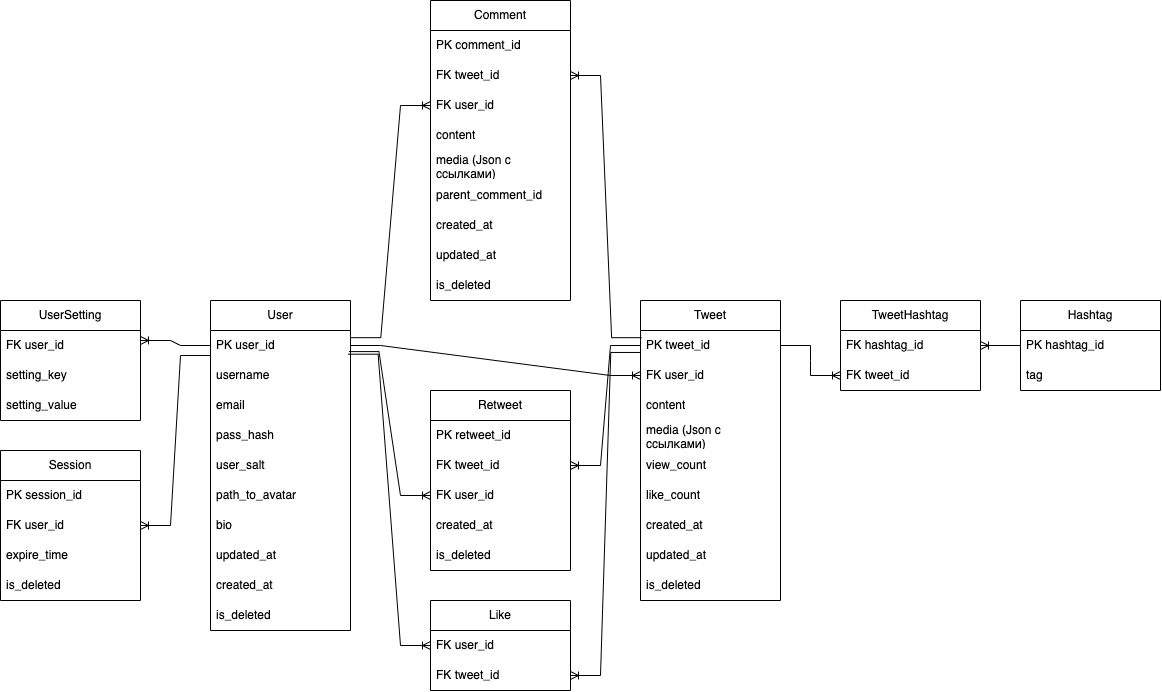
Earlier version of the draw.io export БД.drawio.png (Maxorella/park-mail-ru-highload-Shagaev). Source tidied: cells renumbered, new cells last; positions are measured from the earlier drawing's top-left corner, leaving out a move shared by most shapes.
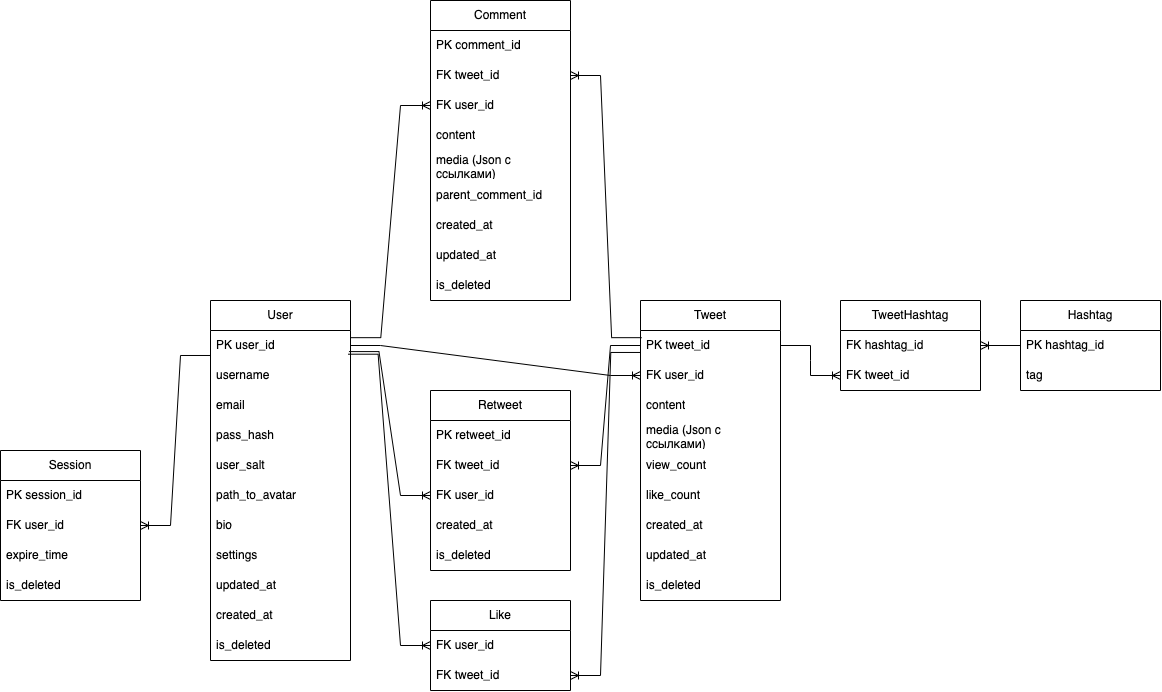
Above is the later version.

What changed in the source:
```diff
@@ -3,7 +3,7 @@
     <mxCell id="0" />
     <mxCell id="1" parent="0" />
     <mxCell id="2" value="User" style="swimlane;fontStyle=0;horizontal=1;startSize=30;whiteSpace=wrap;html=1;" parent="1" vertex="1">
-      <mxGeometry x="210" y="300" width="140" height="330" as="geometry" />
+      <mxGeometry x="210" y="300" width="140" height="360" as="geometry" />
     </mxCell>
     <mxCell id="3" value="PK user_id" style="text;strokeColor=none;fillColor=none;align=left;verticalAlign=middle;spacingLeft=4;spacingRight=4;overflow=hidden;points=[[0,0.5],[1,0.5]];portConstraint=eastwest;whiteSpace=wrap;html=1;" parent="2" vertex="1">
       <mxGeometry y="30" width="140" height="30" as="geometry" />
@@ -26,14 +26,17 @@
     <mxCell id="9" value="bio" style="text;strokeColor=none;fillColor=none;align=left;verticalAlign=middle;spacingLeft=4;spacingRight=4;overflow=hidden;whiteSpace=wrap;html=1;" parent="2" vertex="1">
       <mxGeometry y="210" width="140" height="30" as="geometry" />
     </mxCell>
+    <mxCell id="44" value="settings" style="text;strokeColor=none;fillColor=none;align=left;verticalAlign=middle;spacingLeft=4;spacingRight=4;overflow=hidden;whiteSpace=wrap;html=1;" parent="2" vertex="1">
+      <mxGeometry y="240" width="140" height="30" as="geometry" />
+    </mxCell>
     <mxCell id="10" value="updated_at" style="text;strokeColor=none;fillColor=none;align=left;verticalAlign=middle;spacingLeft=4;spacingRight=4;overflow=hidden;whiteSpace=wrap;html=1;" parent="2" vertex="1">
-      <mxGeometry y="240" width="140" height="30" as="geometry" />
+      <mxGeometry y="270" width="140" height="30" as="geometry" />
     </mxCell>
     <mxCell id="11" value="created_at" style="text;strokeColor=none;fillColor=none;align=left;verticalAlign=middle;spacingLeft=4;spacingRight=4;overflow=hidden;whiteSpace=wrap;html=1;" parent="2" vertex="1">
-      <mxGeometry y="270" width="140" height="30" as="geometry" />
+      <mxGeometry y="300" width="140" height="30" as="geometry" />
     </mxCell>
     <mxCell id="12" value="is_deleted" style="text;strokeColor=none;fillColor=none;align=left;verticalAlign=middle;spacingLeft=4;spacingRight=4;overflow=hidden;whiteSpace=wrap;html=1;" parent="2" vertex="1">
-      <mxGeometry y="300" width="140" height="30" as="geometry" />
+      <mxGeometry y="330" width="140" height="30" as="geometry" />
     </mxCell>
     <mxCell id="13" value="Tweet" style="swimlane;fontStyle=0;horizontal=1;startSize=30;whiteSpace=wrap;html=1;" parent="1" vertex="1">
       <mxGeometry x="640" y="300" width="140" height="300" as="geometry" />
@@ -122,18 +125,6 @@
     <mxCell id="41" value="FK tweet_id" style="text;strokeColor=none;fillColor=none;align=left;verticalAlign=middle;spacingLeft=4;spacingRight=4;overflow=hidden;points=[[0,0.5],[1,0.5]];portConstraint=eastwest;whiteSpace=wrap;html=1;" parent="39" vertex="1">
       <mxGeometry y="60" width="140" height="30" as="geometry" />
     </mxCell>
-    <mxCell id="42" value="UserSetting" style="swimlane;fontStyle=0;horizontal=1;startSize=30;whiteSpace=wrap;html=1;" parent="1" vertex="1">
-      <mxGeometry y="300" width="140" height="120" as="geometry" />
-    </mxCell>
-    <mxCell id="43" value="FK user_id" style="text;strokeColor=none;fillColor=none;align=left;verticalAlign=middle;spacingLeft=4;spacingRight=4;overflow=hidden;points=[[0,0.5],[1,0.5]];portConstraint=eastwest;whiteSpace=wrap;html=1;" parent="42" vertex="1">
-      <mxGeometry y="30" width="140" height="30" as="geometry" />
-    </mxCell>
-    <mxCell id="44" value="setting_key" style="text;strokeColor=none;fillColor=none;align=left;verticalAlign=middle;spacingLeft=4;spacingRight=4;overflow=hidden;whiteSpace=wrap;html=1;" parent="42" vertex="1">
-      <mxGeometry y="60" width="140" height="30" as="geometry" />
-    </mxCell>
-    <mxCell id="45" value="setting_value" style="text;strokeColor=none;fillColor=none;align=left;verticalAlign=middle;spacingLeft=4;spacingRight=4;overflow=hidden;whiteSpace=wrap;html=1;" parent="42" vertex="1">
-      <mxGeometry y="90" width="140" height="30" as="geometry" />
-    </mxCell>
     <mxCell id="46" value="Hashtag" style="swimlane;fontStyle=0;horizontal=1;startSize=30;whiteSpace=wrap;html=1;" parent="1" vertex="1">
       <mxGeometry x="1020" y="300" width="140" height="90" as="geometry" />
     </mxCell>
@@ -203,18 +194,6 @@
         </Array>
       </mxGeometry>
     </mxCell>
-    <mxCell id="56" style="edgeStyle=entityRelationEdgeStyle;fontSize=12;html=1;endArrow=ERoneToMany;rounded=0;exitX=0;exitY=0.5;exitDx=0;exitDy=0;entryX=1;entryY=0.333;entryDx=0;entryDy=0;entryPerimeter=0;" parent="1" edge="1" source="3" target="43">
-      <mxGeometry relative="1" as="geometry">
-        <Array as="points">
-          <mxPoint x="790" y="415" />
-          <mxPoint x="840" y="440" />
-          <mxPoint x="220" y="180" />
-          <mxPoint x="800" y="440" />
-          <mxPoint x="430" y="470" />
-          <mxPoint x="420" y="520" />
-        </Array>
-      </mxGeometry>
-    </mxCell>
     <mxCell id="57" value="Like" style="swimlane;fontStyle=0;horizontal=1;startSize=30;whiteSpace=wrap;html=1;" parent="1" vertex="1">
       <mxGeometry x="430" y="600" width="140" height="90" as="geometry" />
     </mxCell>
```
